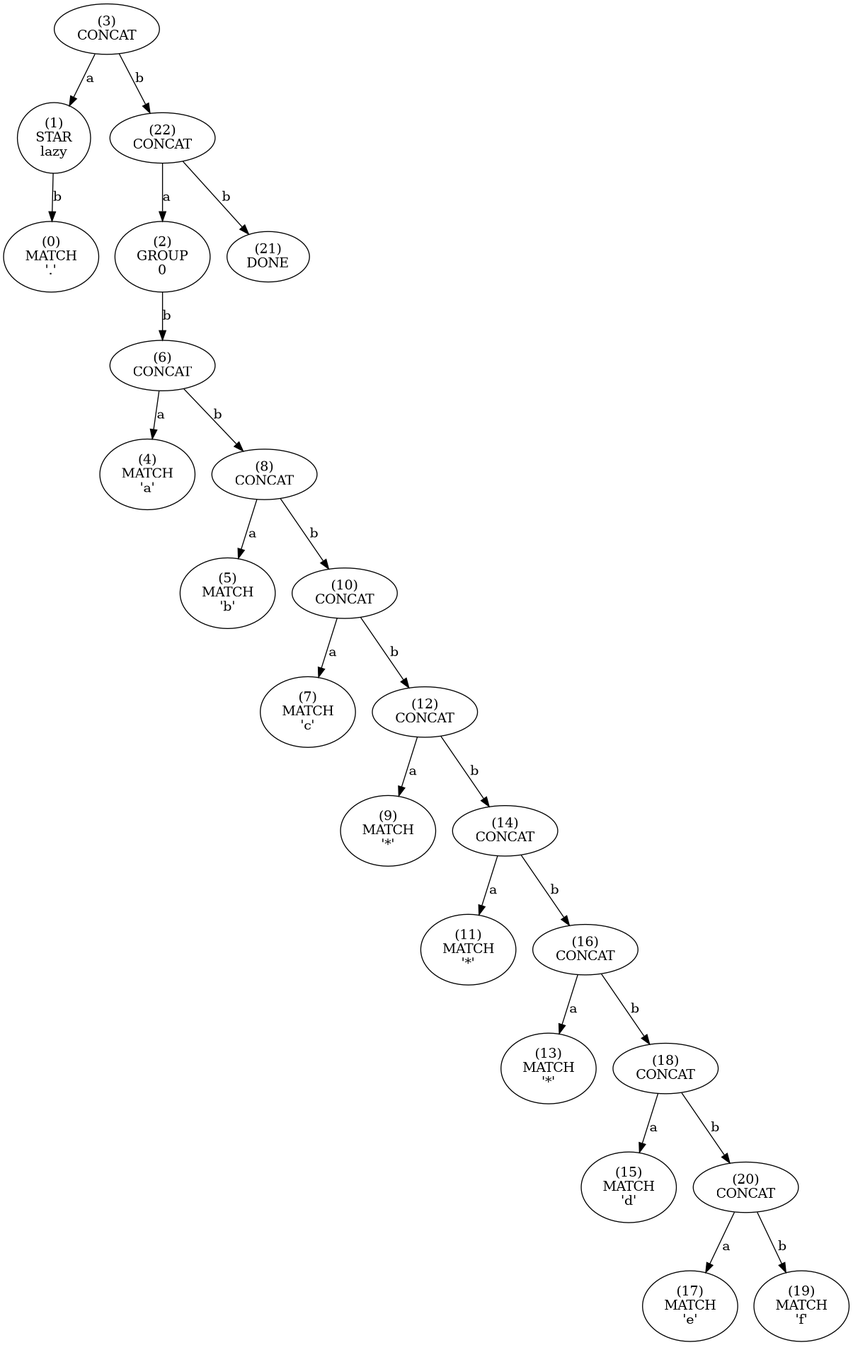
Before: tree.png, a diagram exported from Graphviz (essele/rele). Its source is kept beside it as tree.dot.
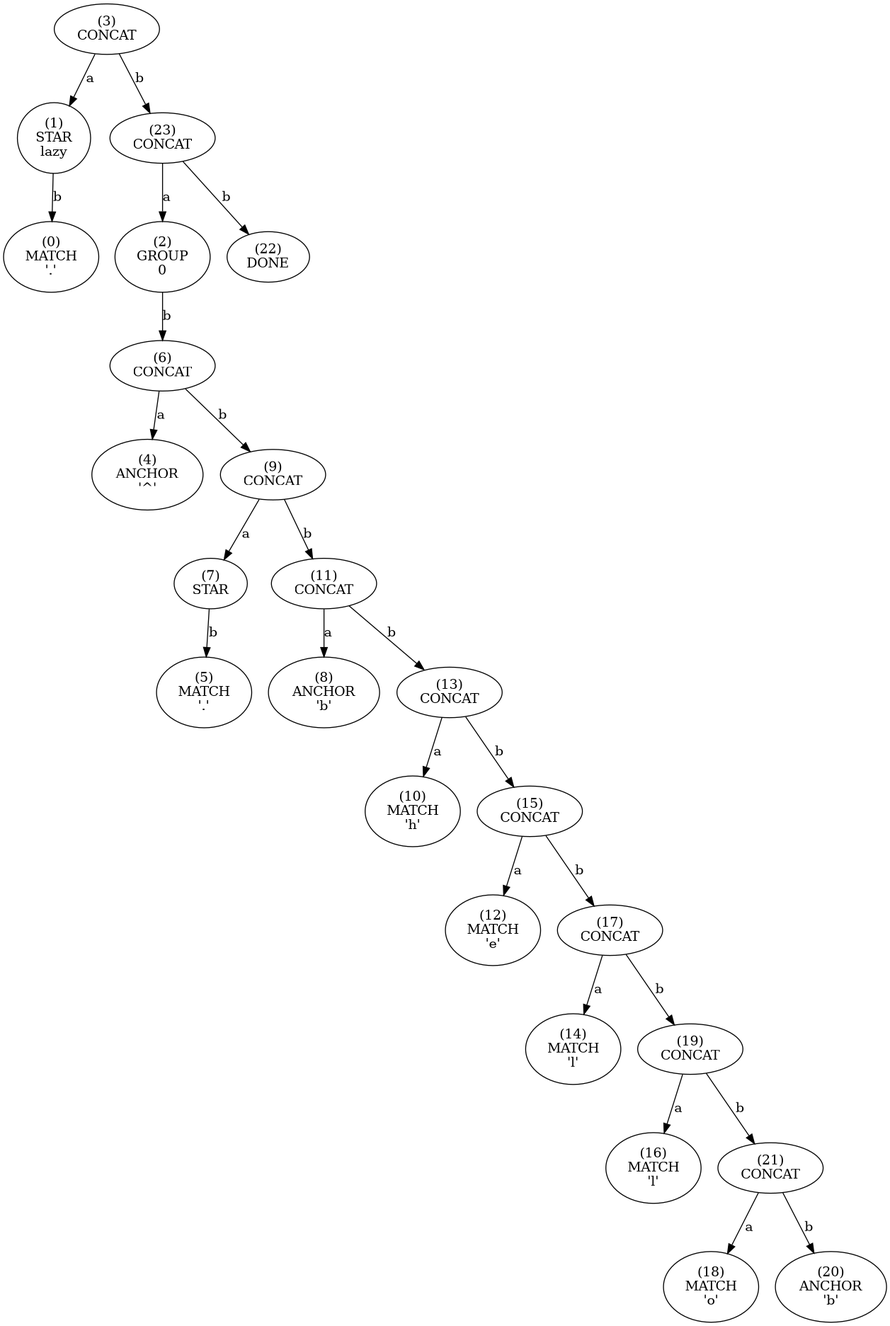
Later version of the same file.

Commit message:
Tidied up anchor code and now support /B as well as /b. Will be easier to add \A and \Z.

Diff of the diagram source:
```diff
@@ -1,93 +1,133 @@
 digraph tree {
-    n0xc816e7fb4330 [label="(3)
+    n0xbdf4f7baf330 [label="(3)
 CONCAT
 "];
-    n0xc816e7fb4330 -> n0xc816e7fb42f0 [label="a"];
-    n0xc816e7fb42f0 [label="(1)
+    n0xbdf4f7baf330 -> n0xbdf4f7baf2f0 [label="a"];
+    n0xbdf4f7baf2f0 [label="(1)
 STAR
 lazy"];
-    n0xc816e7fb42f0 -> n0xc816e7fb42d0 [label="b"];
-    n0xc816e7fb42d0 [label="(0)
+    n0xbdf4f7baf2f0 -> n0xbdf4f7baf2d0 [label="b"];
+    n0xbdf4f7baf2d0 [label="(0)
 MATCH
 '.'"];
-    n0xc816e7fb4330 -> n0xc816e7fb4590 [label="b"];
-    n0xc816e7fb4590 [label="(22)
+    n0xbdf4f7baf330 -> n0xbdf4f7baf6d0 [label="b"];
+    n0xbdf4f7baf6d0 [label="(32)
 CONCAT
 "];
-    n0xc816e7fb4590 -> n0xc816e7fb4310 [label="a"];
-    n0xc816e7fb4310 [label="(2)
+    n0xbdf4f7baf6d0 -> n0xbdf4f7baf310 [label="a"];
+    n0xbdf4f7baf310 [label="(2)
 GROUP
 0"];
-    n0xc816e7fb4310 -> n0xc816e7fb4390 [label="b"];
-    n0xc816e7fb4390 [label="(6)
+    n0xbdf4f7baf310 -> n0xbdf4f7baf390 [label="b"];
+    n0xbdf4f7baf390 [label="(6)
 CONCAT
 "];
-    n0xc816e7fb4390 -> n0xc816e7fb4350 [label="a"];
-    n0xc816e7fb4350 [label="(4)
-MATCH
-'a'"];
-    n0xc816e7fb4390 -> n0xc816e7fb43d0 [label="b"];
-    n0xc816e7fb43d0 [label="(8)
+    n0xbdf4f7baf390 -> n0xbdf4f7baf350 [label="a"];
+    n0xbdf4f7baf350 [label="(4)
+ANCHOR
+'^'"];
+    n0xbdf4f7baf390 -> n0xbdf4f7baf410 [label="b"];
+    n0xbdf4f7baf410 [label="(10)
 CONCAT
 "];
-    n0xc816e7fb43d0 -> n0xc816e7fb4370 [label="a"];
-    n0xc816e7fb4370 [label="(5)
+    n0xbdf4f7baf410 -> n0xbdf4f7baf370 [label="a"];
+    n0xbdf4f7baf370 [label="(5)
+GROUP
+1"];
+    n0xbdf4f7baf370 -> n0xbdf4f7baf3d0 [label="b"];
+    n0xbdf4f7baf3d0 [label="(8)
+STAR
+"];
+    n0xbdf4f7baf3d0 -> n0xbdf4f7baf3b0 [label="b"];
+    n0xbdf4f7baf3b0 [label="(7)
 MATCH
-'b'"];
-    n0xc816e7fb43d0 -> n0xc816e7fb4410 [label="b"];
-    n0xc816e7fb4410 [label="(10)
+'.'"];
+    n0xbdf4f7baf410 -> n0xbdf4f7baf450 [label="b"];
+    n0xbdf4f7baf450 [label="(12)
 CONCAT
 "];
-    n0xc816e7fb4410 -> n0xc816e7fb43b0 [label="a"];
-    n0xc816e7fb43b0 [label="(7)
-MATCH
-'c'"];
-    n0xc816e7fb4410 -> n0xc816e7fb4450 [label="b"];
-    n0xc816e7fb4450 [label="(12)
+    n0xbdf4f7baf450 -> n0xbdf4f7baf3f0 [label="a"];
+    n0xbdf4f7baf3f0 [label="(9)
+ANCHOR
+'b'"];
+    n0xbdf4f7baf450 -> n0xbdf4f7baf490 [label="b"];
+    n0xbdf4f7baf490 [label="(14)
 CONCAT
 "];
-    n0xc816e7fb4450 -> n0xc816e7fb43f0 [label="a"];
-    n0xc816e7fb43f0 [label="(9)
+    n0xbdf4f7baf490 -> n0xbdf4f7baf430 [label="a"];
+    n0xbdf4f7baf430 [label="(11)
 MATCH
-'*'"];
-    n0xc816e7fb4450 -> n0xc816e7fb4490 [label="b"];
-    n0xc816e7fb4490 [label="(14)
+'h'"];
+    n0xbdf4f7baf490 -> n0xbdf4f7baf4d0 [label="b"];
+    n0xbdf4f7baf4d0 [label="(16)
 CONCAT
 "];
-    n0xc816e7fb4490 -> n0xc816e7fb4430 [label="a"];
-    n0xc816e7fb4430 [label="(11)
+    n0xbdf4f7baf4d0 -> n0xbdf4f7baf470 [label="a"];
+    n0xbdf4f7baf470 [label="(13)
 MATCH
-'*'"];
-    n0xc816e7fb4490 -> n0xc816e7fb44d0 [label="b"];
-    n0xc816e7fb44d0 [label="(16)
+'e'"];
+    n0xbdf4f7baf4d0 -> n0xbdf4f7baf510 [label="b"];
+    n0xbdf4f7baf510 [label="(18)
 CONCAT
 "];
-    n0xc816e7fb44d0 -> n0xc816e7fb4470 [label="a"];
-    n0xc816e7fb4470 [label="(13)
+    n0xbdf4f7baf510 -> n0xbdf4f7baf4b0 [label="a"];
+    n0xbdf4f7baf4b0 [label="(15)
 MATCH
-'*'"];
-    n0xc816e7fb44d0 -> n0xc816e7fb4510 [label="b"];
-    n0xc816e7fb4510 [label="(18)
+'l'"];
+    n0xbdf4f7baf510 -> n0xbdf4f7baf550 [label="b"];
+    n0xbdf4f7baf550 [label="(20)
 CONCAT
 "];
-    n0xc816e7fb4510 -> n0xc816e7fb44b0 [label="a"];
-    n0xc816e7fb44b0 [label="(15)
+    n0xbdf4f7baf550 -> n0xbdf4f7baf4f0 [label="a"];
+    n0xbdf4f7baf4f0 [label="(17)
 MATCH
-'d'"];
-    n0xc816e7fb4510 -> n0xc816e7fb4550 [label="b"];
-    n0xc816e7fb4550 [label="(20)
+'l'"];
+    n0xbdf4f7baf550 -> n0xbdf4f7baf590 [label="b"];
+    n0xbdf4f7baf590 [label="(22)
 CONCAT
 "];
-    n0xc816e7fb4550 -> n0xc816e7fb44f0 [label="a"];
-    n0xc816e7fb44f0 [label="(17)
+    n0xbdf4f7baf590 -> n0xbdf4f7baf530 [label="a"];
+    n0xbdf4f7baf530 [label="(19)
 MATCH
-'e'"];
-    n0xc816e7fb4550 -> n0xc816e7fb4530 [label="b"];
-    n0xc816e7fb4530 [label="(19)
+'o'"];
+    n0xbdf4f7baf590 -> n0xbdf4f7baf5d0 [label="b"];
+    n0xbdf4f7baf5d0 [label="(24)
+CONCAT
+"];
+    n0xbdf4f7baf5d0 -> n0xbdf4f7baf570 [label="a"];
+    n0xbdf4f7baf570 [label="(21)
+ANCHOR
+'b'"];
+    n0xbdf4f7baf5d0 -> n0xbdf4f7baf610 [label="b"];
+    n0xbdf4f7baf610 [label="(26)
+CONCAT
+"];
+    n0xbdf4f7baf610 -> n0xbdf4f7baf5b0 [label="a"];
+    n0xbdf4f7baf5b0 [label="(23)
 MATCH
-'f'"];
-    n0xc816e7fb4590 -> n0xc816e7fb4570 [label="b"];
-    n0xc816e7fb4570 [label="(21)
+' '"];
+    n0xbdf4f7baf610 -> n0xbdf4f7baf650 [label="b"];
+    n0xbdf4f7baf650 [label="(28)
+CONCAT
+"];
+    n0xbdf4f7baf650 -> n0xbdf4f7baf5f0 [label="a"];
+    n0xbdf4f7baf5f0 [label="(25)
+MATCH
+'x'"];
+    n0xbdf4f7baf650 -> n0xbdf4f7baf690 [label="b"];
+    n0xbdf4f7baf690 [label="(30)
+CONCAT
+"];
+    n0xbdf4f7baf690 -> n0xbdf4f7baf630 [label="a"];
+    n0xbdf4f7baf630 [label="(27)
+MATCH
+'x'"];
+    n0xbdf4f7baf690 -> n0xbdf4f7baf670 [label="b"];
+    n0xbdf4f7baf670 [label="(29)
+ANCHOR
+'$'"];
+    n0xbdf4f7baf6d0 -> n0xbdf4f7baf6b0 [label="b"];
+    n0xbdf4f7baf6b0 [label="(31)
 DONE
 "];
 }
```
